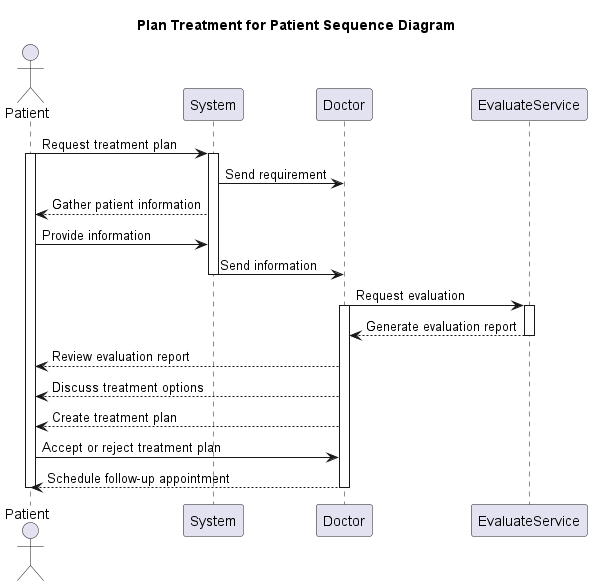
Above: Lab1.2/Sequence diagram/Plan treatment_sequence.png in baonehe/SE357-Pratice-class (PlantUML), before the change. Its diagram source:
```plantuml
@startuml
title Plan Treatment for Patient Sequence Diagram

actor Patient
participant System
participant Doctor
participant EvaluateService

Patient -> System : Request treatment plan
activate Patient
activate System

System -> Doctor : Send requirement
System --> Patient : Gather patient information

Patient -> System : Provide information
System -> Doctor : Send information
deactivate System

Doctor -> EvaluateService : Request evaluation
activate Doctor
activate EvaluateService

EvaluateService --> Doctor : Generate evaluation report
deactivate EvaluateService
Doctor --> Patient : Review evaluation report
Doctor --> Patient : Discuss treatment options
Doctor --> Patient : Create treatment plan
Patient -> Doctor : Accept or reject treatment plan
Doctor --> Patient : Schedule follow-up appointment


deactivate Doctor
deactivate Patient
@enduml
```
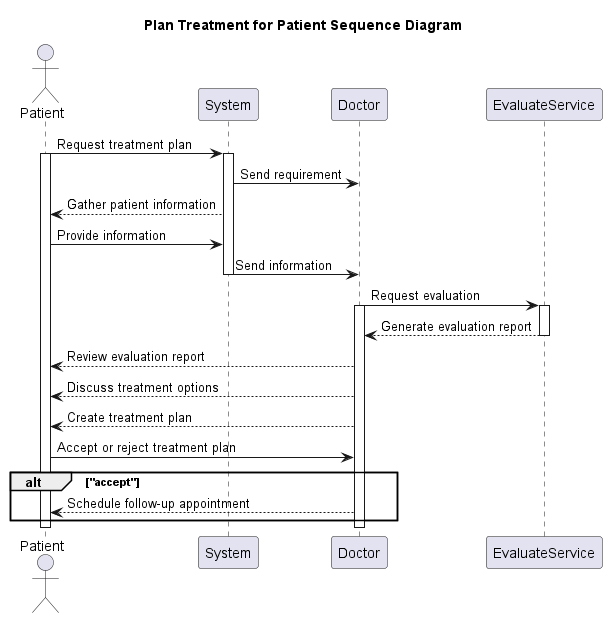
The same file after the commit.

The edit, as a diff of the source:
```diff
@@ -27,9 +27,9 @@
 Doctor --> Patient : Discuss treatment options
 Doctor --> Patient : Create treatment plan
 Patient -> Doctor : Accept or reject treatment plan
+alt "accept"
 Doctor --> Patient : Schedule follow-up appointment
-
-
+end
 deactivate Doctor
 deactivate Patient
 @enduml
```
